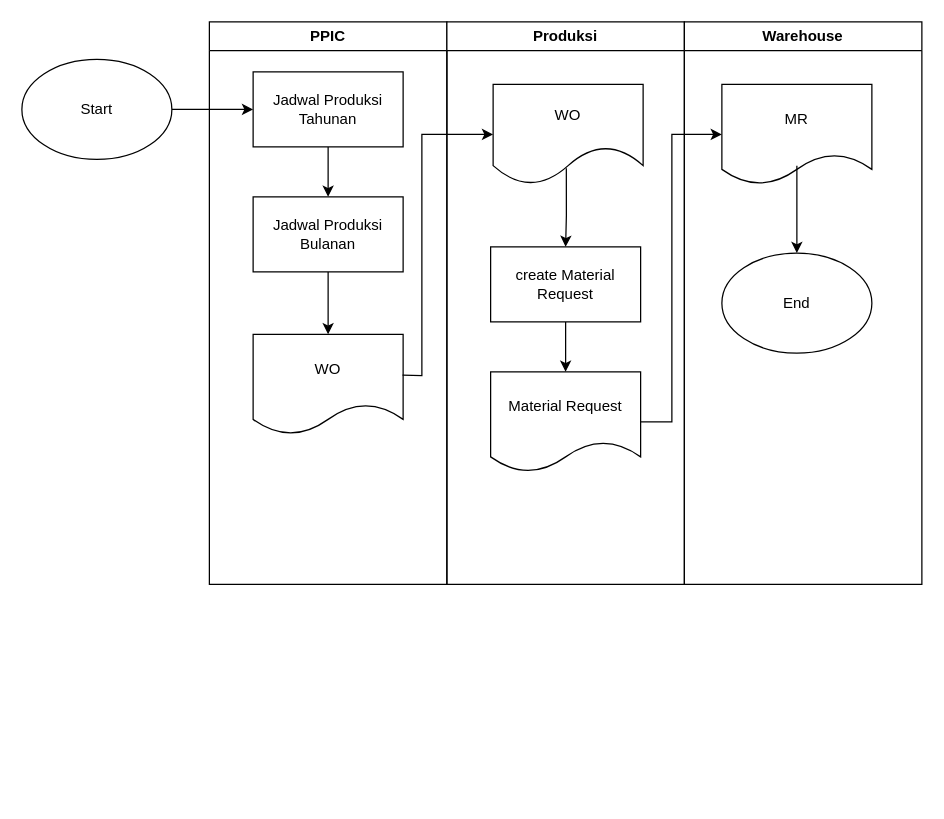
Before: page "SOP PPIC(WO process)" (16 of 50) of SOP Aneka.drawio in wilhelmus098/pf, a draw.io diagram. Source tidied: cells renumbered, new cells numbered last; positions are measured from the earlier drawing's top-left corner, leaving out a move shared by most shapes. Both pictures are drawn from the tidied source at 125%, with x=0, y=0 at pixel (21, 21).
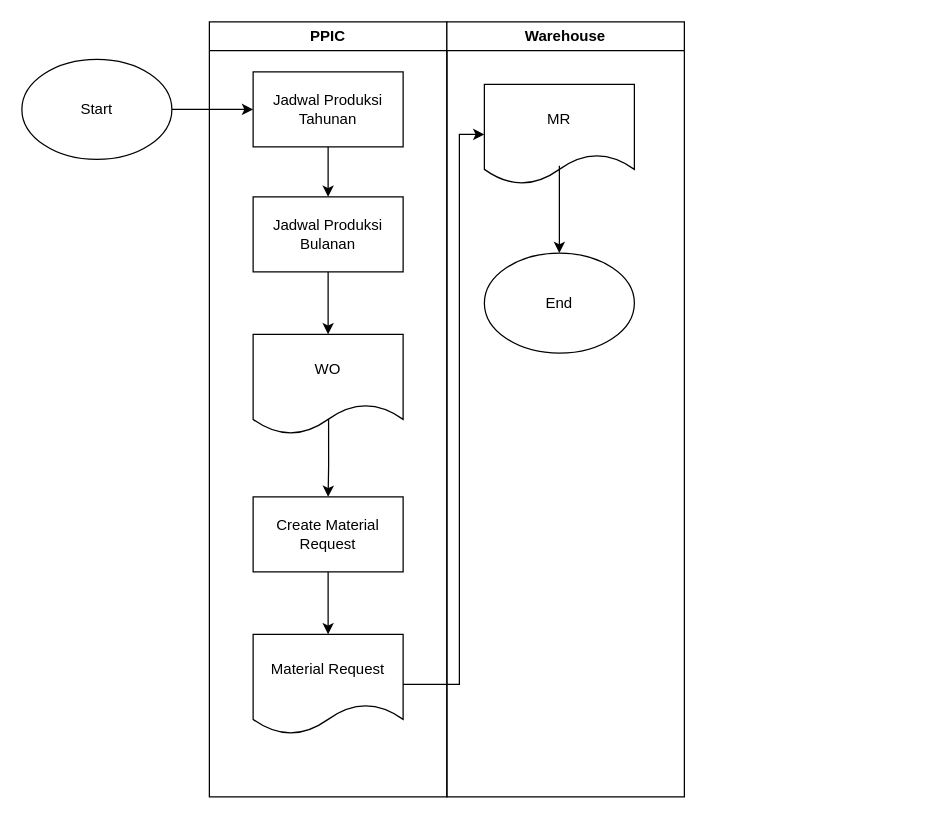
After the change.

Unchanged cells that the change refers to:
```xml
<mxCell id="6" value="WO" style="shape=document;whiteSpace=wrap;html=1;boundedLbl=1;" parent="2" vertex="1">
  <mxGeometry x="35" y="250" width="120" height="80" as="geometry" />
</mxCell>
<mxCell id="16" value="MR" style="shape=document;whiteSpace=wrap;html=1;boundedLbl=1;" parent="15" vertex="1">
  <mxGeometry x="30" y="50" width="120" height="80" as="geometry" />
</mxCell>
```

The edit, as a diff of the source:
```diff
@@
     <mxCell id="2" value="PPIC" style="swimlane;whiteSpace=wrap;html=1;" parent="1" vertex="1">
-      <mxGeometry x="150" width="190" height="450" as="geometry" />
+      <mxGeometry x="150" width="190" height="620" as="geometry" />
     </mxCell>
@@
+    <mxCell id="22" style="edgeStyle=orthogonalEdgeStyle;rounded=0;jettySize=auto;html=1;exitX=0.503;exitY=0.845;exitDx=0;exitDy=0;exitPerimeter=0;" parent="2" edge="1" source="6" target="24">
+      <mxGeometry relative="1" as="geometry" />
+    </mxCell>
@@
-    <mxCell id="8" value="Produksi" style="swimlane;whiteSpace=wrap;html=1;startSize=23;" parent="1" vertex="1">
-      <mxGeometry x="340" width="190" height="450" as="geometry" />
-    </mxCell>
-    <mxCell id="9" style="edgeStyle=orthogonalEdgeStyle;rounded=0;jettySize=auto;html=1;exitX=0.5;exitY=1;exitDx=0;exitDy=0;entryX=0.5;entryY=0;entryDx=0;entryDy=0;" parent="8" edge="1" source="10">
-      <mxGeometry relative="1" as="geometry">
-        <mxPoint x="95" y="280" as="targetPoint" />
-      </mxGeometry>
-    </mxCell>
-    <mxCell id="10" value="create Material Request" style="rounded=0;whiteSpace=wrap;html=1;" parent="8" vertex="1">
-      <mxGeometry x="35" y="180" width="120" height="60" as="geometry" />
-    </mxCell>
-    <mxCell id="11" style="edgeStyle=orthogonalEdgeStyle;rounded=0;jettySize=auto;html=1;exitX=0.488;exitY=0.838;exitDx=0;exitDy=0;exitPerimeter=0;" parent="8" edge="1" source="12" target="10">
-      <mxGeometry relative="1" as="geometry" />
-    </mxCell>
-    <mxCell id="12" value="WO" style="shape=document;whiteSpace=wrap;html=1;boundedLbl=1;size=0.375;" parent="8" vertex="1">
-      <mxGeometry x="37" y="50" width="120" height="80" as="geometry" />
-    </mxCell>
+    <mxCell id="23" style="edgeStyle=orthogonalEdgeStyle;rounded=0;jettySize=auto;html=1;" parent="2" edge="1" source="24" target="13">
+      <mxGeometry relative="1" as="geometry" />
+    </mxCell>
+    <mxCell id="24" value="Create Material Request" style="rounded=0;whiteSpace=wrap;html=1;" parent="2" vertex="1">
+      <mxGeometry x="35" y="380" width="120" height="60" as="geometry" />
+    </mxCell>
-    <mxCell id="13" value="Material Request" style="shape=document;whiteSpace=wrap;html=1;boundedLbl=1;" parent="8" vertex="1">
-      <mxGeometry x="35" y="280" width="120" height="80" as="geometry" />
+    <mxCell id="13" value="Material Request" style="shape=document;whiteSpace=wrap;html=1;boundedLbl=1;" parent="2" vertex="1">
+      <mxGeometry x="35" y="490" width="120" height="80" as="geometry" />
     </mxCell>
-    <mxCell id="14" style="endArrow=classic;html=1;rounded=0;entryX=0;entryY=0.5;entryDx=0;entryDy=0;exitX=0.996;exitY=0.407;exitDx=0;exitDy=0;exitPerimeter=0;" parent="1" edge="1" source="6" target="12">
-      <mxGeometry relative="1" as="geometry">
-        <Array as="points">
-          <mxPoint x="320" y="283" />
-          <mxPoint x="320" y="90" />
-        </Array>
-      </mxGeometry>
-    </mxCell>
     <mxCell id="15" value="Warehouse" style="swimlane;whiteSpace=wrap;html=1;" parent="1" vertex="1">
-      <mxGeometry x="530" width="190" height="450" as="geometry" />
+      <mxGeometry x="340" width="190" height="620" as="geometry" />
     </mxCell>
@@
-    <mxCell id="19" style="edgeStyle=orthogonalEdgeStyle;rounded=0;jettySize=auto;html=1;exitX=1;exitY=0.5;exitDx=0;exitDy=0;entryX=0;entryY=0.5;entryDx=0;entryDy=0;" parent="1" edge="1" source="13" target="16">
-      <mxGeometry relative="1" as="geometry">
-        <Array as="points">
-          <mxPoint x="520" y="320" />
-          <mxPoint x="520" y="90" />
-        </Array>
-      </mxGeometry>
-    </mxCell>
@@
+    <mxCell id="19" style="endArrow=classic;html=1;rounded=0;exitX=1;exitY=0.5;exitDx=0;exitDy=0;entryX=0;entryY=0.5;entryDx=0;entryDy=0;" parent="1" edge="1" source="13" target="16">
+      <mxGeometry relative="1" as="geometry">
+        <Array as="points">
+          <mxPoint x="350" y="530" />
+          <mxPoint x="350" y="90" />
+        </Array>
+      </mxGeometry>
+    </mxCell>
```
